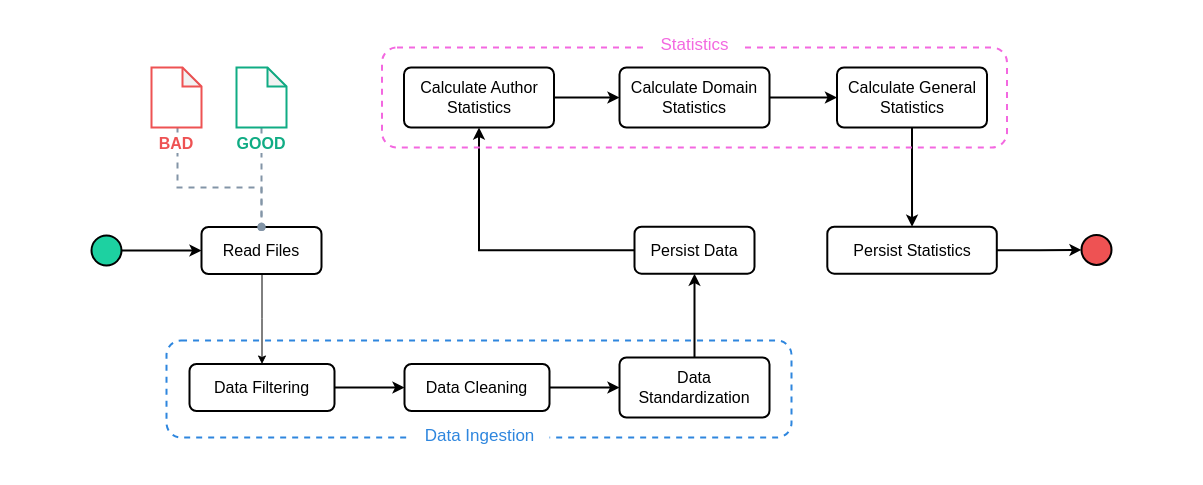
The draw.io diagram page "DSS" (2 of 3) of .doc/architecture.drawio in avcaliani/mr-owlf, before the edit. Source tidied: cells renumbered, new cells numbered last; positions are measured from the earlier drawing's top-left corner, leaving out a move shared by most shapes. Both pictures are drawn from the tidied source at 100%, with x=0, y=0 at pixel (17, 17).
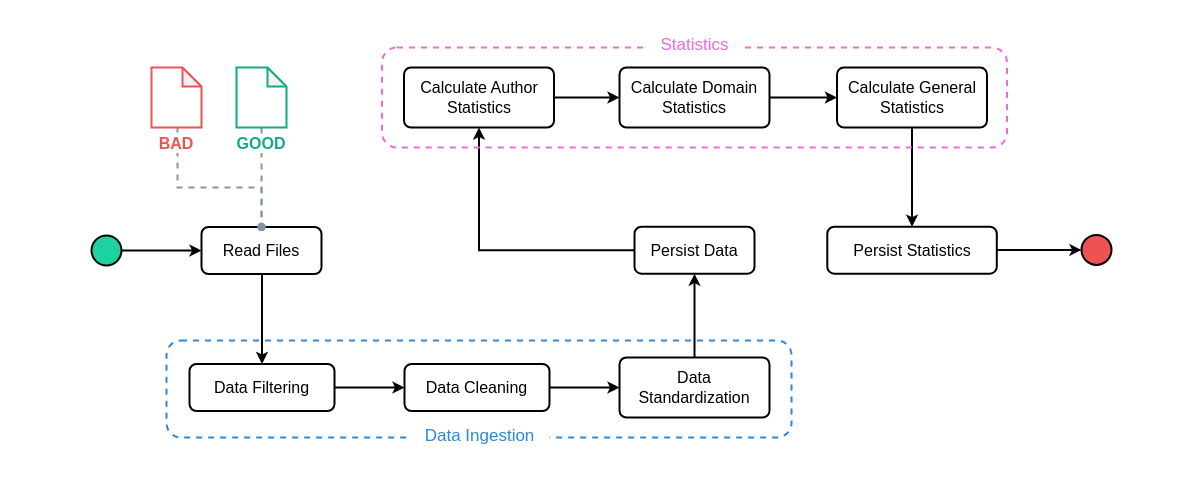
Above is the later version.

The change refers to these unchanged cells:
```xml
<mxCell id="7" value="Read Files" style="rounded=1;whiteSpace=wrap;html=1;absoluteArcSize=1;arcSize=14;strokeWidth=2;fontSize=16;fontStyle=0;" parent="1" vertex="1">
  <mxGeometry x="184" y="209.5" width="120" height="47" as="geometry" />
</mxCell>
<mxCell id="13" value="Data Filtering" style="rounded=1;whiteSpace=wrap;html=1;absoluteArcSize=1;arcSize=14;strokeWidth=2;fontSize=16;fontStyle=0;" parent="1" vertex="1">
  <mxGeometry x="172" y="346.5" width="145" height="47" as="geometry" />
</mxCell>
<mxCell id="27" value="Persist Statistics" style="rounded=1;whiteSpace=wrap;html=1;absoluteArcSize=1;arcSize=14;strokeWidth=2;fontSize=16;fontStyle=0;" parent="1" vertex="1">
  <mxGeometry x="809.8" y="209.2" width="169.5" height="47" as="geometry" />
</mxCell>
<mxCell id="28" style="strokeWidth=2;html=1;shape=mxgraph.flowchart.start_2;whiteSpace=wrap;fillColor=#ee5253;" parent="1" vertex="1">
  <mxGeometry x="1064" y="217.4" width="30" height="30" as="geometry" />
</mxCell>
```

Diff of the diagram source:
```diff
@@
-    <mxCell id="2" style="rounded=0;whiteSpace=wrap;html=1;strokeColor=none;" parent="1" vertex="1">
+    <mxCell id="2" style="rounded=0;whiteSpace=wrap;html=1;strokeColor=#FFFFFF;" parent="1" vertex="1">
       <mxGeometry width="1168" height="450" as="geometry" />
     </mxCell>
@@
-    <mxCell id="6" style="edgeStyle=orthogonalEdgeStyle;rounded=0;jettySize=auto;html=1;entryX=0.5;entryY=0;entryDx=0;entryDy=0;" parent="1" edge="1" source="7" target="13">
+    <mxCell id="6" style="edgeStyle=orthogonalEdgeStyle;rounded=0;jettySize=auto;html=1;entryX=0.5;entryY=0;entryDx=0;entryDy=0;fontSize=17;strokeWidth=2;endFill=1;" parent="1" edge="1" source="7" target="13">
       <mxGeometry relative="1" as="geometry">
         <Array as="points">
-          <mxPoint x="244" y="301" />
+          <mxPoint x="245" y="257" />
         </Array>
       </mxGeometry>
     </mxCell>
@@
     <mxCell id="26" style="edgeStyle=orthogonalEdgeStyle;rounded=0;jettySize=auto;html=1;entryX=0;entryY=0.5;entryDx=0;entryDy=0;entryPerimeter=0;endArrow=classic;endFill=1;strokeWidth=2;fontSize=17;" parent="1" edge="1" source="27" target="28">
-      <mxGeometry relative="1" as="geometry" />
+      <mxGeometry relative="1" as="geometry">
+        <Array as="points">
+          <mxPoint x="970" y="232" />
+          <mxPoint x="970" y="232" />
+        </Array>
+      </mxGeometry>
     </mxCell>
```
